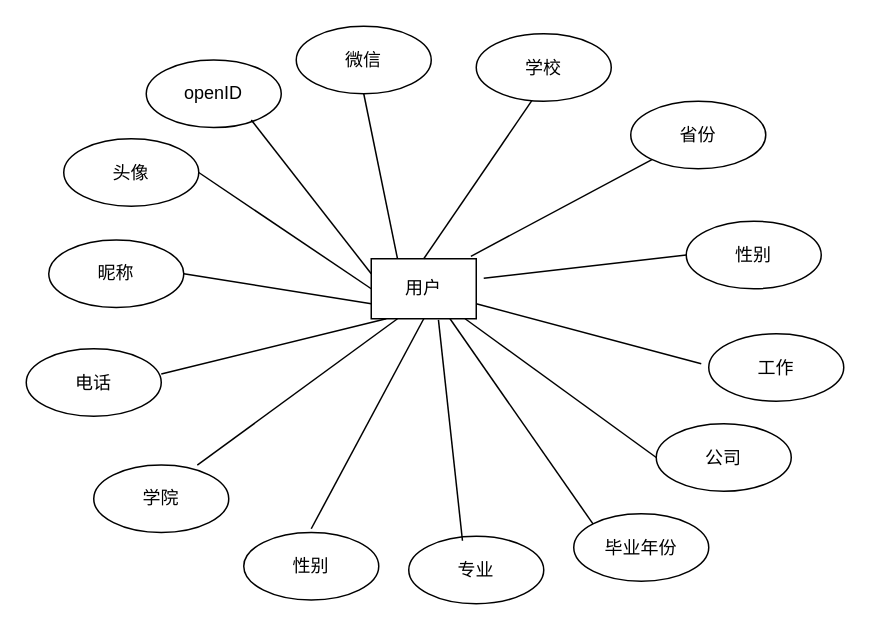
Above: 用户实体图.drawio in geoffrey-h/code (draw.io), before the change. Source tidied: cells renumbered, new cells numbered last; positions are measured from the earlier drawing's top-left corner, leaving out a move shared by most shapes. Both pictures are drawn from the tidied source at 150%, with x=0, y=0 at pixel (26, 26).
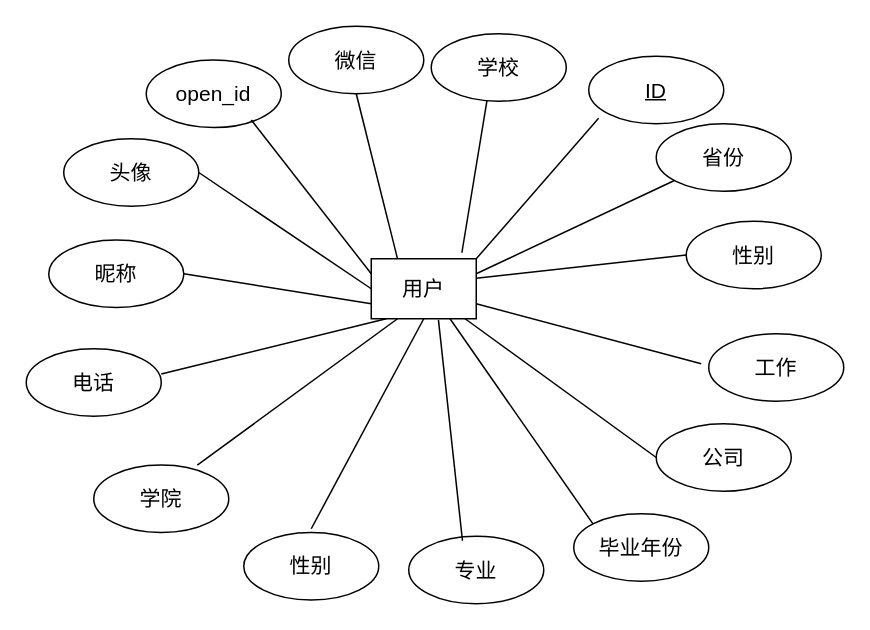
After the change.

Commit message:
更新用户实体图.drawio

Diff of the diagram source:
```diff
@@
-    <mxCell id="2" value="用户" style="rounded=0;whiteSpace=wrap;html=1;" parent="1" vertex="1">
+    <mxCell id="2" value="&lt;font style=&quot;font-size: 14px&quot;&gt;用户&lt;/font&gt;" style="rounded=0;whiteSpace=wrap;html=1;" parent="1" vertex="1">
       <mxGeometry x="230" y="155" width="70" height="40" as="geometry" />
     </mxCell>
-    <mxCell id="3" value="openID" style="ellipse;whiteSpace=wrap;html=1;" parent="1" vertex="1">
+    <mxCell id="3" value="&lt;font style=&quot;font-size: 14px&quot;&gt;open_id&lt;/font&gt;" style="ellipse;whiteSpace=wrap;html=1;" parent="1" vertex="1">
       <mxGeometry x="80" y="22.5" width="90" height="45" as="geometry" />
     </mxCell>
-    <mxCell id="4" value="头像" style="ellipse;whiteSpace=wrap;html=1;" parent="1" vertex="1">
+    <mxCell id="4" value="&lt;font style=&quot;font-size: 14px&quot;&gt;头像&lt;/font&gt;" style="ellipse;whiteSpace=wrap;html=1;" parent="1" vertex="1">
       <mxGeometry x="25" y="75" width="90" height="45" as="geometry" />
     </mxCell>
-    <mxCell id="5" value="昵称" style="ellipse;whiteSpace=wrap;html=1;" parent="1" vertex="1">
+    <mxCell id="5" value="&lt;font style=&quot;font-size: 14px&quot;&gt;昵称&lt;/font&gt;" style="ellipse;whiteSpace=wrap;html=1;" parent="1" vertex="1">
       <mxGeometry x="15" y="142.5" width="90" height="45" as="geometry" />
     </mxCell>
-    <mxCell id="6" value="电话" style="ellipse;whiteSpace=wrap;html=1;" parent="1" vertex="1">
+    <mxCell id="6" value="&lt;font style=&quot;font-size: 14px&quot;&gt;电话&lt;/font&gt;" style="ellipse;whiteSpace=wrap;html=1;" parent="1" vertex="1">
       <mxGeometry y="215" width="90" height="45" as="geometry" />
     </mxCell>
-    <mxCell id="7" value="微信" style="ellipse;whiteSpace=wrap;html=1;" parent="1" vertex="1">
-      <mxGeometry x="180" width="90" height="45" as="geometry" />
+    <mxCell id="7" value="&lt;font style=&quot;font-size: 14px&quot;&gt;微信&lt;/font&gt;" style="ellipse;whiteSpace=wrap;html=1;" parent="1" vertex="1">
+      <mxGeometry x="175" width="90" height="45" as="geometry" />
     </mxCell>
-    <mxCell id="8" value="学校" style="ellipse;whiteSpace=wrap;html=1;" parent="1" vertex="1">
-      <mxGeometry x="300" y="5" width="90" height="45" as="geometry" />
+    <mxCell id="8" value="&lt;font style=&quot;font-size: 14px&quot;&gt;学校&lt;/font&gt;" style="ellipse;whiteSpace=wrap;html=1;" parent="1" vertex="1">
+      <mxGeometry x="270" y="5" width="90" height="45" as="geometry" />
     </mxCell>
-    <mxCell id="9" value="学院" style="ellipse;whiteSpace=wrap;html=1;" parent="1" vertex="1">
+    <mxCell id="9" value="&lt;font style=&quot;font-size: 14px&quot;&gt;学院&lt;/font&gt;" style="ellipse;whiteSpace=wrap;html=1;" parent="1" vertex="1">
       <mxGeometry x="45" y="292.5" width="90" height="45" as="geometry" />
     </mxCell>
-    <mxCell id="10" value="性别" style="ellipse;whiteSpace=wrap;html=1;" parent="1" vertex="1">
+    <mxCell id="10" value="&lt;font style=&quot;font-size: 14px&quot;&gt;性别&lt;/font&gt;" style="ellipse;whiteSpace=wrap;html=1;" parent="1" vertex="1">
       <mxGeometry x="440" y="130" width="90" height="45" as="geometry" />
     </mxCell>
-    <mxCell id="11" value="省份" style="ellipse;whiteSpace=wrap;html=1;" parent="1" vertex="1">
-      <mxGeometry x="403" y="50" width="90" height="45" as="geometry" />
+    <mxCell id="11" value="&lt;font style=&quot;font-size: 14px&quot;&gt;省份&lt;/font&gt;" style="ellipse;whiteSpace=wrap;html=1;" parent="1" vertex="1">
+      <mxGeometry x="420" y="65" width="90" height="45" as="geometry" />
     </mxCell>
-    <mxCell id="12" value="工作" style="ellipse;whiteSpace=wrap;html=1;" parent="1" vertex="1">
+    <mxCell id="12" value="&lt;font style=&quot;font-size: 14px&quot;&gt;工作&lt;/font&gt;" style="ellipse;whiteSpace=wrap;html=1;" parent="1" vertex="1">
       <mxGeometry x="455" y="205" width="90" height="45" as="geometry" />
     </mxCell>
-    <mxCell id="13" value="公司" style="ellipse;whiteSpace=wrap;html=1;" parent="1" vertex="1">
+    <mxCell id="13" value="&lt;font style=&quot;font-size: 14px&quot;&gt;公司&lt;/font&gt;" style="ellipse;whiteSpace=wrap;html=1;" parent="1" vertex="1">
       <mxGeometry x="420" y="265" width="90" height="45" as="geometry" />
     </mxCell>
-    <mxCell id="14" value="毕业年份" style="ellipse;whiteSpace=wrap;html=1;" parent="1" vertex="1">
+    <mxCell id="14" value="&lt;font style=&quot;font-size: 14px&quot;&gt;毕业年份&lt;/font&gt;" style="ellipse;whiteSpace=wrap;html=1;" parent="1" vertex="1">
       <mxGeometry x="365" y="325" width="90" height="45" as="geometry" />
     </mxCell>
-    <mxCell id="15" value="专业" style="ellipse;whiteSpace=wrap;html=1;" parent="1" vertex="1">
+    <mxCell id="15" value="&lt;font style=&quot;font-size: 14px&quot;&gt;专业&lt;/font&gt;" style="ellipse;whiteSpace=wrap;html=1;" parent="1" vertex="1">
       <mxGeometry x="255" y="340" width="90" height="45" as="geometry" />
     </mxCell>
-    <mxCell id="16" value="性别" style="ellipse;whiteSpace=wrap;html=1;" parent="1" vertex="1">
+    <mxCell id="16" value="&lt;font style=&quot;font-size: 14px&quot;&gt;性别&lt;/font&gt;" style="ellipse;whiteSpace=wrap;html=1;" parent="1" vertex="1">
       <mxGeometry x="145" y="337.5" width="90" height="45" as="geometry" />
     </mxCell>
@@
     <mxCell id="27" style="endArrow=none;html=1;exitX=0;exitY=0.5;exitDx=0;exitDy=0;" parent="1" edge="1" source="10">
       <mxGeometry relative="1" as="geometry">
-        <mxPoint x="305" y="168" as="targetPoint" />
+        <mxPoint x="300" y="168" as="targetPoint" />
       </mxGeometry>
     </mxCell>
-    <mxCell id="28" style="endArrow=none;html=1;entryX=0.949;entryY=-0.04;entryDx=0;entryDy=0;entryPerimeter=0;" parent="1" edge="1" source="11" target="2">
-      <mxGeometry relative="1" as="geometry" />
+    <mxCell id="28" style="endArrow=none;html=1;" parent="1" edge="1" source="11">
+      <mxGeometry relative="1" as="geometry">
+        <mxPoint x="300" y="165" as="targetPoint" />
+      </mxGeometry>
     </mxCell>
-    <mxCell id="29" style="endArrow=none;html=1;exitX=0.413;exitY=0.987;exitDx=0;exitDy=0;entryX=0.5;entryY=0;entryDx=0;entryDy=0;exitPerimeter=0;" parent="1" edge="1" source="8" target="2">
+    <mxCell id="29" style="endArrow=none;html=1;exitX=0.413;exitY=0.987;exitDx=0;exitDy=0;entryX=0.863;entryY=-0.1;entryDx=0;entryDy=0;exitPerimeter=0;entryPerimeter=0;" parent="1" edge="1" source="8" target="2">
       <mxGeometry relative="1" as="geometry" />
     </mxCell>
@@
+    <mxCell id="31" value="&lt;font style=&quot;font-size: 14px&quot;&gt;&lt;u&gt;ID&lt;/u&gt;&lt;/font&gt;" style="ellipse;whiteSpace=wrap;html=1;" parent="1" vertex="1">
+      <mxGeometry x="375" y="20" width="90" height="45" as="geometry" />
+    </mxCell>
+    <mxCell id="32" style="endArrow=none;html=1;exitX=0.073;exitY=0.92;exitDx=0;exitDy=0;exitPerimeter=0;" parent="1" edge="1" source="31">
+      <mxGeometry relative="1" as="geometry">
+        <mxPoint x="300" y="155" as="targetPoint" />
+      </mxGeometry>
+    </mxCell>
```
